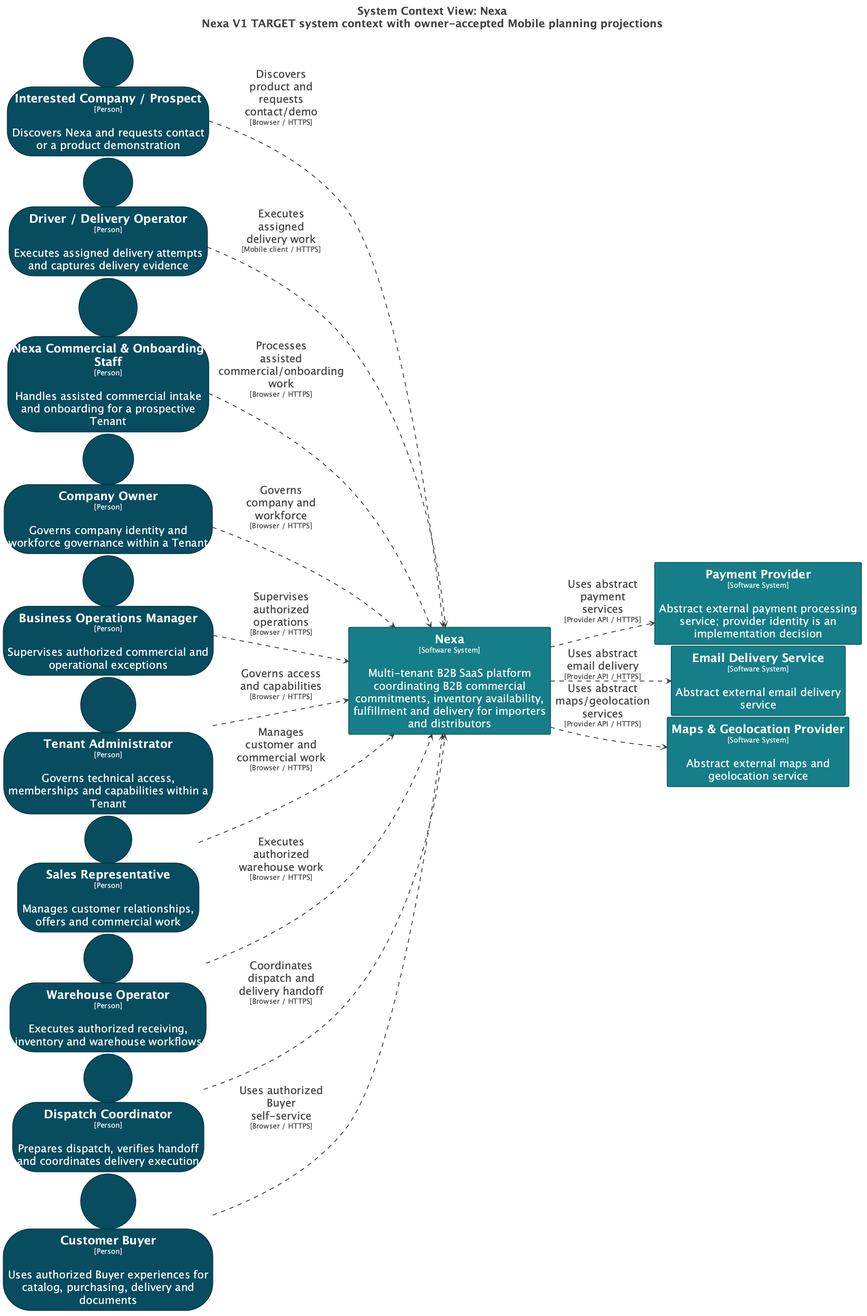
Earlier version of the PlantUML export 01-shared/architecture/c4/exports/l1/Nexa-SystemContext-V1-TARGET.png (nexa-suite/blueprint).
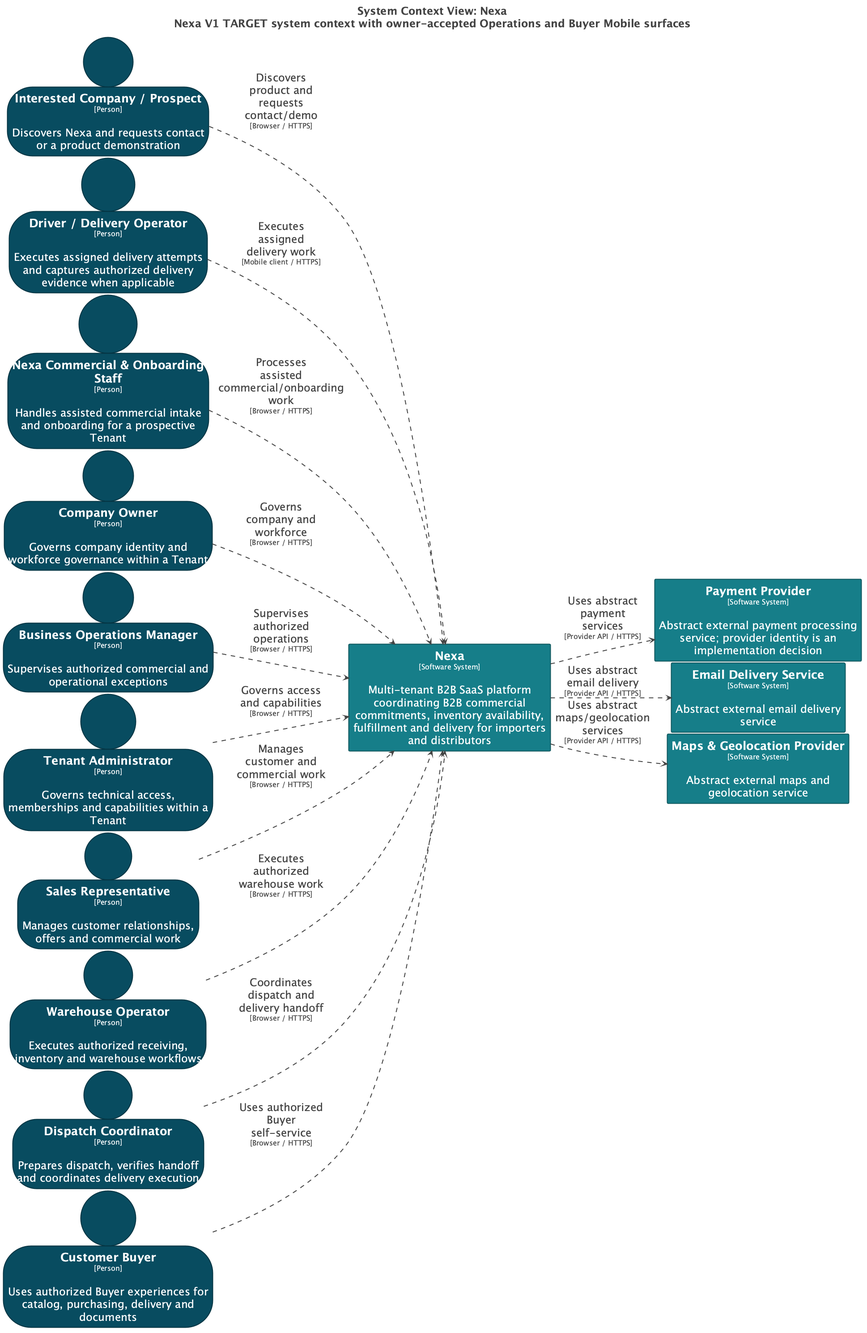
After the commit.

The edit, as a diff of the source:
```diff
@@ -1,5 +1,5 @@
 @startuml
-title <size:24>System Context View: Nexa</size>\n<size:24>Nexa V1 TARGET system context with owner-accepted Mobile planning projections</size>
+title <size:24>System Context View: Nexa</size>\n<size:24>Nexa V1 TARGET system context with owner-accepted Operations and Buyer Mobile surfaces</size>
 
 set separator none
 left to right direction
@@ -48,7 +48,7 @@
 </style>
 
 person "==Interested Company / Prospect\n<size:16>[Person]</size>\n\nDiscovers Nexa and requests contact or a product demonstration" <<Element-RWxlbWVudCxQZXJzb24=>> as InterestedCompanyProspect
-person "==Driver / Delivery Operator\n<size:16>[Person]</size>\n\nExecutes assigned delivery attempts and captures delivery evidence" <<Element-RWxlbWVudCxQZXJzb24=>> as DriverDeliveryOperator
+person "==Driver / Delivery Operator\n<size:16>[Person]</size>\n\nExecutes assigned delivery attempts and captures authorized delivery evidence when applicable" <<Element-RWxlbWVudCxQZXJzb24=>> as DriverDeliveryOperator
 rectangle "==Payment Provider\n<size:16>[Software System]</size>\n\nAbstract external payment processing service; provider identity is an implementation decision" <<Element-RWxlbWVudCxTb2Z0d2FyZSBTeXN0ZW0=>> as PaymentProvider
 rectangle "==Email Delivery Service\n<size:16>[Software System]</size>\n\nAbstract external email delivery service" <<Element-RWxlbWVudCxTb2Z0d2FyZSBTeXN0ZW0=>> as EmailDeliveryService
 rectangle "==Maps & Geolocation Provider\n<size:16>[Software System]</size>\n\nAbstract external maps and geolocation service" <<Element-RWxlbWVudCxTb2Z0d2FyZSBTeXN0ZW0=>> as MapsGeolocationProvider
```
